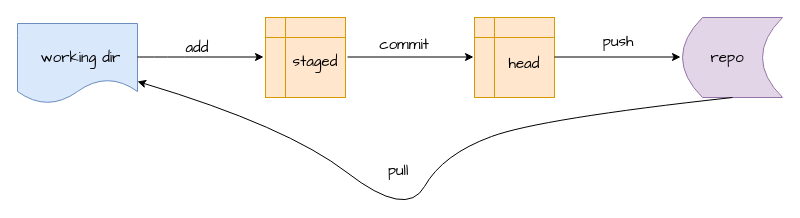
Above: git工作流程.drawio in BJPotter/drawio (draw.io), before the change. Source tidied: cells renumbered, new cells numbered last; positions are measured from the earlier drawing's top-left corner, leaving out a move shared by most shapes. Both pictures are drawn from the tidied source at 100%, with x=0, y=0 at pixel (17, 17).
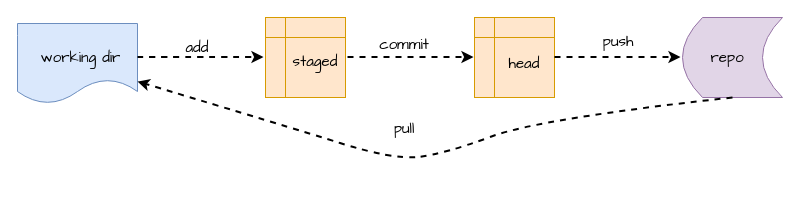
The same page after the edit.

Commit message:
更新git工作流程.drawio

The change refers to these unchanged cells:
```xml
<mxCell id="2" style="shape=document;whiteSpace=wrap;html=1;boundedLbl=1;fillColor=#dae8fc;strokeColor=#6c8ebf;" parent="1" vertex="1">
  <mxGeometry y="6" width="120" height="80" as="geometry" />
</mxCell>
<mxCell id="10" style="shape=dataStorage;whiteSpace=wrap;html=1;fixedSize=1;fillColor=#e1d5e7;strokeColor=#9673a6;" parent="1" vertex="1">
  <mxGeometry x="665" width="100" height="80" as="geometry" />
</mxCell>
```

What changed in the source:
```diff
@@
-    <mxCell id="6" style="endArrow=classic;html=1;rounded=0;edgeStyle=orthogonalEdgeStyle;curved=1;" parent="1" edge="1">
+    <mxCell id="6" style="endArrow=classic;html=1;rounded=0;edgeStyle=orthogonalEdgeStyle;curved=1;dashed=1;flowAnimation=1;strokeWidth=2;" parent="1" edge="1">
       <mxGeometry relative="1" as="geometry">
         <mxPoint x="120" y="39.5" as="sourcePoint" />
         <mxPoint x="246" y="39.5" as="targetPoint" />
       </mxGeometry>
     </mxCell>
-    <mxCell id="7" style="endArrow=classic;html=1;rounded=0;" parent="1" edge="1">
+    <mxCell id="7" style="endArrow=classic;html=1;rounded=0;dashed=1;flowAnimation=1;strokeWidth=2;" parent="1" edge="1">
       <mxGeometry relative="1" as="geometry">
         <mxPoint x="330" y="39.5" as="sourcePoint" />
         <mxPoint x="456" y="39.5" as="targetPoint" />
       </mxGeometry>
     </mxCell>
@@
-    <mxCell id="11" style="endArrow=classic;html=1;rounded=0;" parent="1" edge="1">
+    <mxCell id="11" style="endArrow=classic;html=1;rounded=0;dashed=1;flowAnimation=1;strokeWidth=2;" parent="1" edge="1">
       <mxGeometry relative="1" as="geometry">
         <mxPoint x="537" y="39.5" as="sourcePoint" />
         <mxPoint x="663" y="39.5" as="targetPoint" />
       </mxGeometry>
     </mxCell>
@@
-    <mxCell id="16" style="curved=1;endArrow=classic;html=1;rounded=0;exitX=0.5;exitY=1;exitDx=0;exitDy=0;" parent="1" edge="1" source="10" target="2">
+    <mxCell id="16" style="curved=1;endArrow=classic;html=1;rounded=0;exitX=0.5;exitY=1;exitDx=0;exitDy=0;dashed=1;flowAnimation=1;strokeWidth=2;" parent="1" edge="1" source="10" target="2">
       <mxGeometry relative="1" as="geometry">
         <Array as="points">
           <mxPoint x="523" y="101" />
           <mxPoint x="425" y="137" />
-          <mxPoint x="389" y="201" />
+          <mxPoint x="375" y="142" />
           <mxPoint x="270" y="109" />
         </Array>
       </mxGeometry>
     </mxCell>
     <mxCell id="17" value="pull" style="text;html=1;strokeColor=none;fillColor=none;align=center;verticalAlign=middle;whiteSpace=wrap;rounded=0;fontFamily=Comic Sans MS;fontSize=15;" parent="1" vertex="1">
-      <mxGeometry x="351" y="138" width="60" height="30" as="geometry" />
+      <mxGeometry x="357" y="96" width="60" height="30" as="geometry" />
     </mxCell>
```
